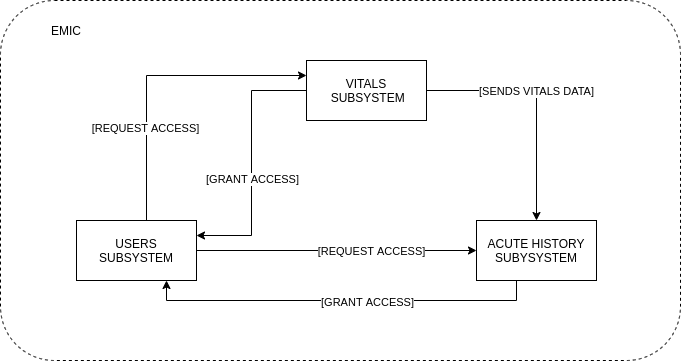
The draw.io diagram images/System_Architecture_Diagram.png in katlehoSebiloane/EMIC, before a commit. Source tidied: cells renumbered, new cells last; positions are measured from the earlier drawing's top-left corner, leaving out a move shared by most shapes.
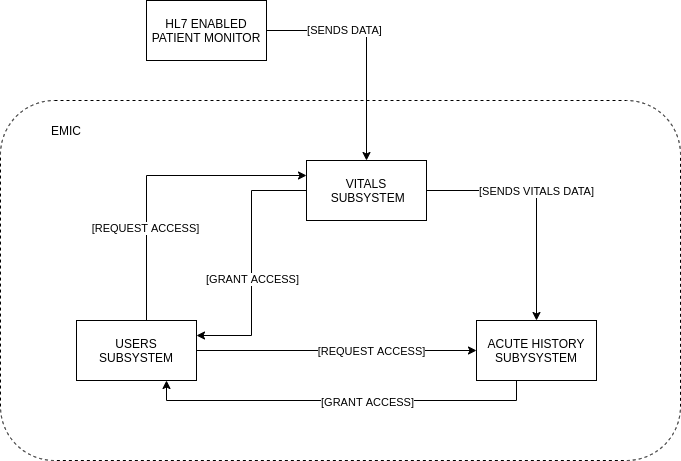
Later version of the same file.

The edit, as a diff of the source:
```diff
@@ -60,5 +60,14 @@
     <mxCell id="16" value="USERS SUBSYSTEM" style="rounded=0;whiteSpace=wrap;html=1;" parent="1" vertex="1">
       <mxGeometry x="76" y="220" width="120" height="60" as="geometry" />
     </mxCell>
+    <mxCell id="17" style="edgeStyle=orthogonalEdgeStyle;rounded=0;jettySize=auto;html=1;entryX=0.5;entryY=0;entryDx=0;entryDy=0;" parent="1" edge="1" source="19" target="8">
+      <mxGeometry relative="1" as="geometry" />
+    </mxCell>
+    <mxCell id="18" value="[SENDS DATA]" style="edgeLabel;html=1;align=center;verticalAlign=middle;" parent="17" vertex="1">
+      <mxGeometry x="-0.33" y="1" relative="1" as="geometry" />
+    </mxCell>
+    <mxCell id="19" value="HL7 ENABLED PATIENT MONITOR" style="rounded=0;whiteSpace=wrap;html=1;" parent="1" vertex="1">
+      <mxGeometry x="146" y="-100" width="120" height="60" as="geometry" />
+    </mxCell>
   </root>
 </mxGraphModel>
```
